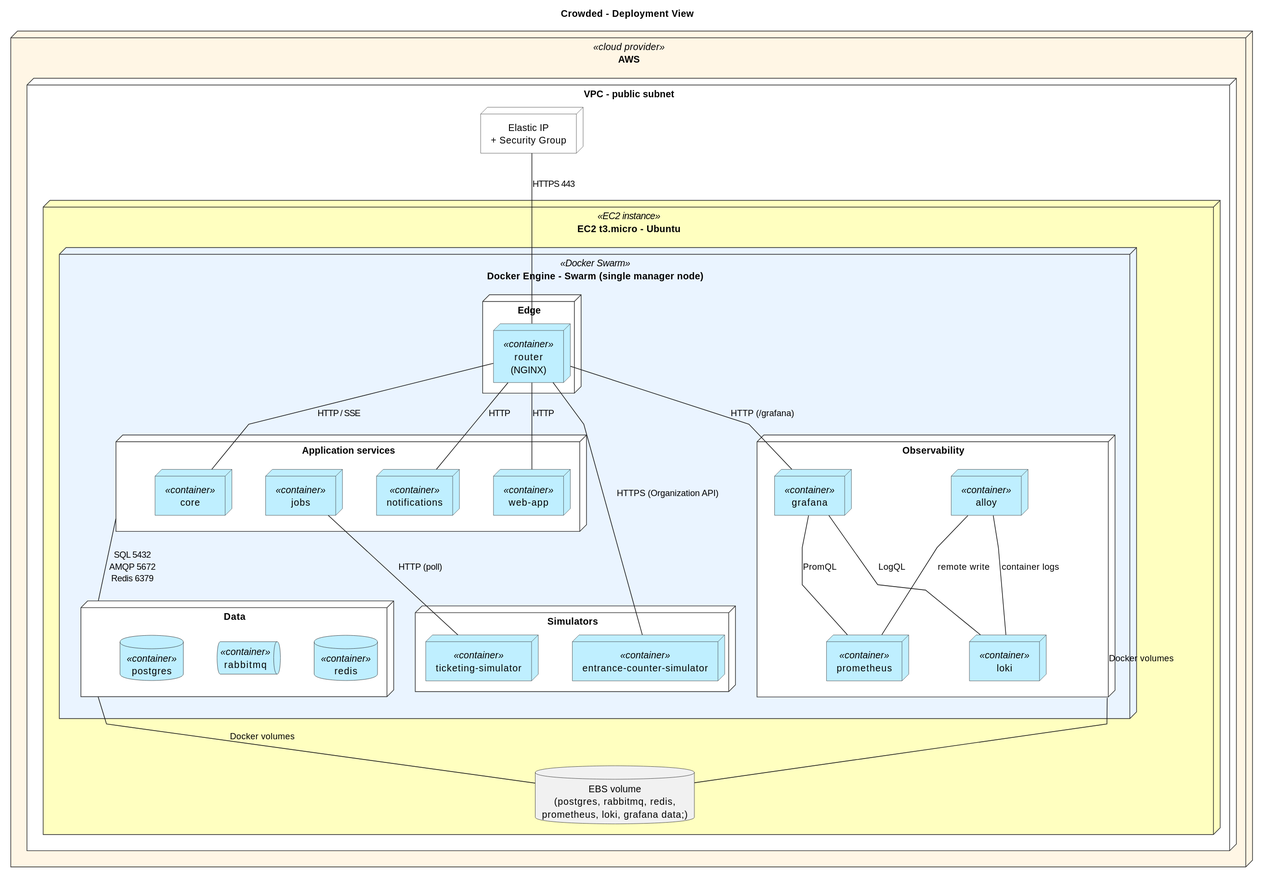
andrereis26/crowded-labdsof keeps this PlantUML diagram as docs/deliverables/diagrams/deployment-view.svg. Above is the earlier version.
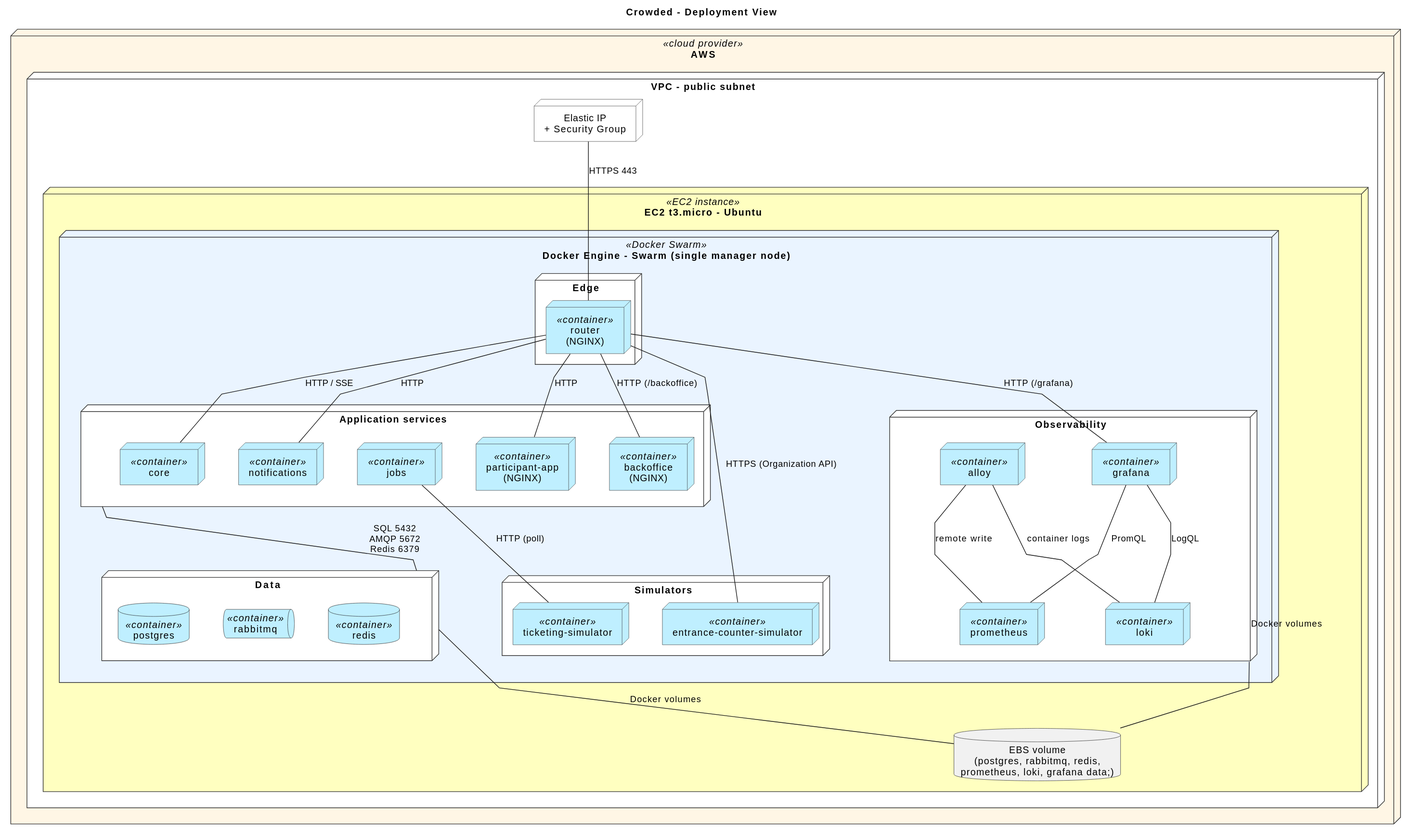
The same file after the commit.

Diff of the diagram source:
```diff
@@ -41,7 +41,8 @@
           node "core" <<container>> as Core
           node "notifications" <<container>> as Notifications
           node "jobs" <<container>> as Jobs
-          node "web-app" <<container>> as WebApp
+          node "participant-app\n(NGINX)" <<container>> as ParticipantApp
+          node "backoffice\n(NGINX)" <<container>> as Backoffice
         }
 
         node "Simulators" as SimGroup {
@@ -72,7 +73,8 @@
 
 Nginx -down- Core : HTTP / SSE
 Nginx -down- Notifications : HTTP
-Nginx -down- WebApp : HTTP
+Nginx -down- ParticipantApp : HTTP
+Nginx -down- Backoffice : HTTP (/backoffice)
 Nginx -down- Grafana : HTTP (/grafana)
 
 AppGroup -down- DataGroup : SQL 5432\nAMQP 5672\nRedis 6379
```
